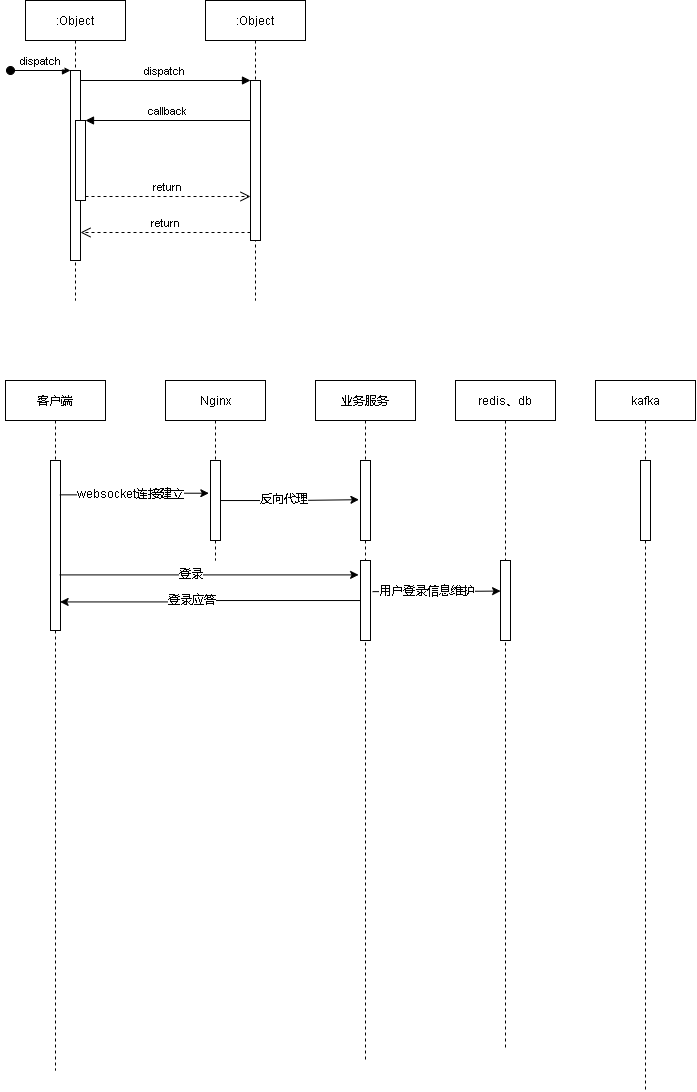
The draw.io diagram cgopro关键业务.drawio.png in xktder/draw, before a commit. Source tidied: cells renumbered, new cells last; positions are measured from the earlier drawing's top-left corner, leaving out a move shared by most shapes.
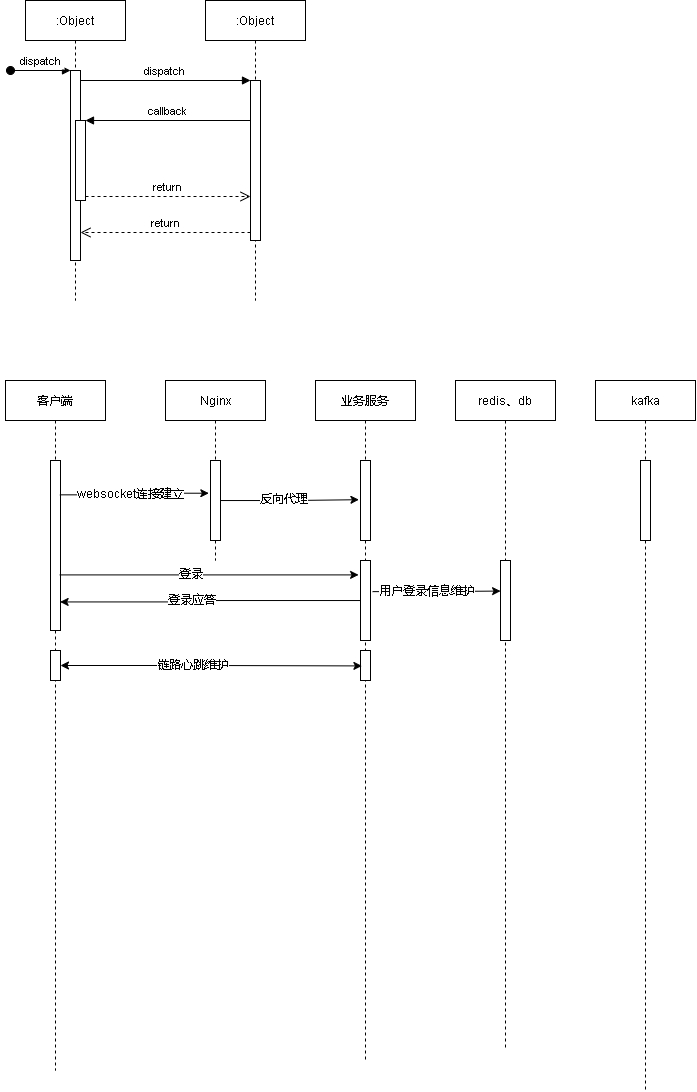
The same diagram one commit later.

Commit message:
更新cgopro关键业务.drawio.png

Change to the diagram source:
```diff
@@ -40,6 +40,9 @@
     <mxCell id="13" style="points=[];perimeter=orthogonalPerimeter;rounded=0;shadow=0;strokeWidth=1;" parent="12" vertex="1">
       <mxGeometry x="45" y="80" width="10" height="170" as="geometry" />
     </mxCell>
+    <mxCell id="33" style="points=[];perimeter=orthogonalPerimeter;rounded=0;shadow=0;strokeWidth=1;" parent="12" vertex="1">
+      <mxGeometry x="45" y="270" width="10" height="30" as="geometry" />
+    </mxCell>
     <mxCell id="14" value="Nginx" style="shape=umlLifeline;perimeter=lifelinePerimeter;rounded=0;shadow=0;strokeWidth=1;" parent="1" vertex="1">
       <mxGeometry x="160" y="380" width="100" height="180" as="geometry" />
     </mxCell>
@@ -55,6 +58,9 @@
     <mxCell id="18" style="points=[];perimeter=orthogonalPerimeter;rounded=0;shadow=0;strokeWidth=1;" parent="16" vertex="1">
       <mxGeometry x="45" y="180" width="10" height="80" as="geometry" />
     </mxCell>
+    <mxCell id="34" style="points=[];perimeter=orthogonalPerimeter;rounded=0;shadow=0;strokeWidth=1;" parent="16" vertex="1">
+      <mxGeometry x="45" y="270" width="10" height="30" as="geometry" />
+    </mxCell>
     <mxCell id="19" value="redis、db" style="shape=umlLifeline;perimeter=lifelinePerimeter;rounded=0;shadow=0;strokeWidth=1;" parent="1" vertex="1">
       <mxGeometry x="450" y="380" width="100" height="670" as="geometry" />
     </mxCell>
@@ -97,5 +103,11 @@
     <mxCell id="32" value="用户登录信息维护" style="edgeLabel;html=1;align=center;verticalAlign=middle;" parent="31" vertex="1">
       <mxGeometry x="-0.17" relative="1" as="geometry" />
     </mxCell>
+    <mxCell id="35" style="edgeStyle=orthogonalEdgeStyle;rounded=0;jettySize=auto;html=1;entryX=0.141;entryY=0.514;entryDx=0;entryDy=0;entryPerimeter=0;startArrow=classic;startFill=1;" parent="1" edge="1" source="33" target="34">
+      <mxGeometry relative="1" as="geometry" />
+    </mxCell>
+    <mxCell id="36" value="链路心跳维护" style="edgeLabel;html=1;align=center;verticalAlign=middle;" parent="35" vertex="1">
+      <mxGeometry x="-0.13" relative="1" as="geometry" />
+    </mxCell>
   </root>
 </mxGraphModel>
```
